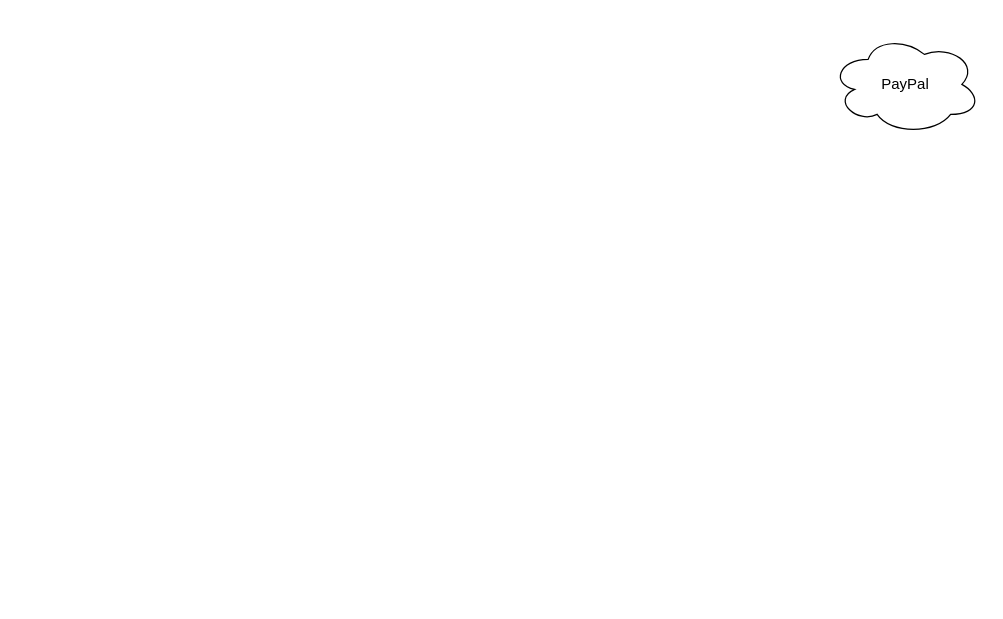
The draw.io diagram DevOPs Overview Diagram.drawio in jarrettshared/Practice, before the edit. Source tidied: cells renumbered, new cells numbered last; positions are measured from the earlier drawing's top-left corner, leaving out a move shared by most shapes. Both pictures are drawn from the tidied source at 125%, with x=0, y=0 at pixel (830, 34).
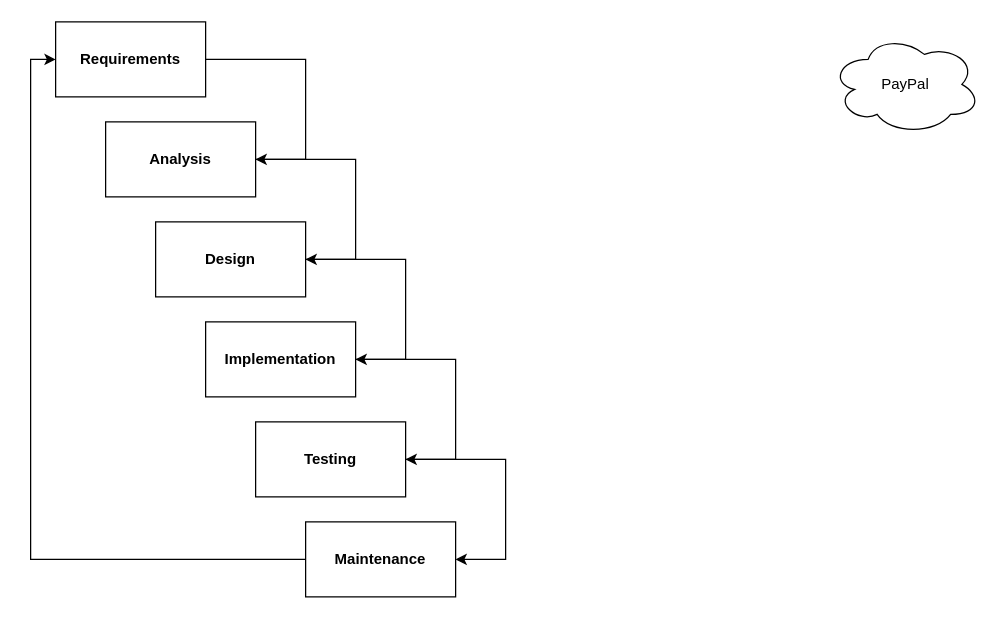
After the change.

Change to the diagram source:
```diff
@@
+    <mxCell id="3" value="&lt;b&gt;Requirements&lt;/b&gt;" style="rounded=0;whiteSpace=wrap;html=1;" parent="1" vertex="1">
+      <mxGeometry x="-620" y="-10" width="120" height="60" as="geometry" />
+    </mxCell>
+    <mxCell id="4" value="&lt;b&gt;Analysis&lt;/b&gt;" style="rounded=0;whiteSpace=wrap;html=1;" parent="1" vertex="1">
+      <mxGeometry x="-580" y="70" width="120" height="60" as="geometry" />
+    </mxCell>
+    <mxCell id="5" value="&lt;b&gt;Design&lt;/b&gt;" style="rounded=0;whiteSpace=wrap;html=1;" parent="1" vertex="1">
+      <mxGeometry x="-540" y="150" width="120" height="60" as="geometry" />
+    </mxCell>
+    <mxCell id="6" value="&lt;b&gt;Implementation&lt;/b&gt;" style="rounded=0;whiteSpace=wrap;html=1;" parent="1" vertex="1">
+      <mxGeometry x="-500" y="230" width="120" height="60" as="geometry" />
+    </mxCell>
+    <mxCell id="7" value="&lt;b&gt;Testing&lt;/b&gt;" style="rounded=0;whiteSpace=wrap;html=1;" parent="1" vertex="1">
+      <mxGeometry x="-460" y="310" width="120" height="60" as="geometry" />
+    </mxCell>
+    <mxCell id="8" style="edgeStyle=orthogonalEdgeStyle;rounded=0;jettySize=auto;html=1;exitX=0;exitY=0.5;exitDx=0;exitDy=0;entryX=0;entryY=0.5;entryDx=0;entryDy=0;" parent="1" edge="1" source="9" target="3">
+      <mxGeometry relative="1" as="geometry" />
+    </mxCell>
+    <mxCell id="9" value="&lt;b&gt;Maintenance&lt;/b&gt;" style="rounded=0;whiteSpace=wrap;html=1;" parent="1" vertex="1">
+      <mxGeometry x="-420" y="390" width="120" height="60" as="geometry" />
+    </mxCell>
+    <mxCell id="10" style="endArrow=classic;html=1;rounded=0;entryX=1;entryY=0.5;entryDx=0;entryDy=0;" parent="1" edge="1" target="4">
+      <mxGeometry relative="1" as="geometry">
+        <mxPoint x="-500" y="20" as="sourcePoint" />
+        <Array as="points">
+          <mxPoint x="-420" y="20" />
+          <mxPoint x="-420" y="100" />
+        </Array>
+      </mxGeometry>
+    </mxCell>
+    <mxCell id="11" style="endArrow=classic;html=1;rounded=0;entryX=1;entryY=0.5;entryDx=0;entryDy=0;" parent="1" edge="1">
+      <mxGeometry relative="1" as="geometry">
+        <mxPoint x="-460" y="100" as="sourcePoint" />
+        <mxPoint x="-420" y="180" as="targetPoint" />
+        <Array as="points">
+          <mxPoint x="-380" y="100" />
+          <mxPoint x="-380" y="180" />
+        </Array>
+      </mxGeometry>
+    </mxCell>
+    <mxCell id="12" style="endArrow=classic;html=1;rounded=0;entryX=1;entryY=0.5;entryDx=0;entryDy=0;" parent="1" edge="1">
+      <mxGeometry x="0.6" y="106" relative="1" as="geometry">
+        <mxPoint x="-420" y="180" as="sourcePoint" />
+        <mxPoint x="-380" y="260" as="targetPoint" />
+        <Array as="points">
+          <mxPoint x="-340" y="180" />
+          <mxPoint x="-340" y="260" />
+        </Array>
+        <mxPoint x="70" y="-26" as="offset" />
+      </mxGeometry>
+    </mxCell>
+    <mxCell id="13" style="endArrow=classic;html=1;rounded=0;entryX=1;entryY=0.5;entryDx=0;entryDy=0;" parent="1" edge="1">
+      <mxGeometry relative="1" as="geometry">
+        <mxPoint x="-380" y="260" as="sourcePoint" />
+        <mxPoint x="-340" y="340" as="targetPoint" />
+        <Array as="points">
+          <mxPoint x="-300" y="260" />
+          <mxPoint x="-300" y="340" />
+        </Array>
+      </mxGeometry>
+    </mxCell>
+    <mxCell id="14" style="endArrow=classic;html=1;rounded=0;entryX=1;entryY=0.5;entryDx=0;entryDy=0;" parent="1" edge="1">
+      <mxGeometry relative="1" as="geometry">
+        <mxPoint x="-340" y="340" as="sourcePoint" />
+        <mxPoint x="-300" y="420" as="targetPoint" />
+        <Array as="points">
+          <mxPoint x="-260" y="340" />
+          <mxPoint x="-260" y="420" />
+        </Array>
+      </mxGeometry>
+    </mxCell>
```
